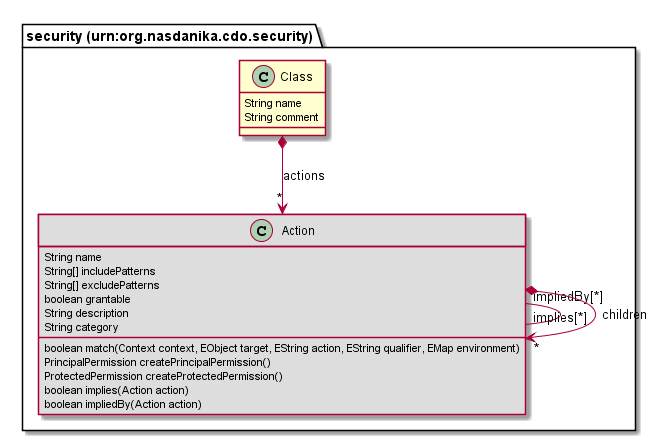
This is org.nasdanika.cdo.security/site/resources/modeldoc/75726e3a6f72672e6e617364616e696b612e63646f2e7365637572697479/Class.png from Nasdanika/server, a PlantUML export, as it was before one commit.
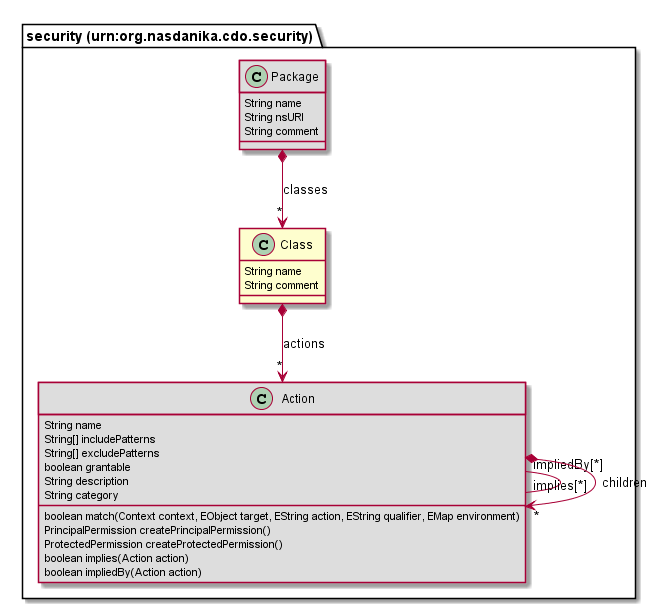
The same file after the commit.

What changed in the source:
```diff
@@ -1,6 +1,11 @@
 @startuml
 class "security (urn:org.nasdanika.cdo.security).Class" [[#router/doc-content/75726e3a6f72672e6e617364616e696b612e63646f2e7365637572697479/Class.html{Class corresponds to EClass and contains actions which can be performed on instances of the corresponding EClass..}]] {
 	String name
+	String comment
+}
+class "security (urn:org.nasdanika.cdo.security).Package" [[#router/doc-content/75726e3a6f72672e6e617364616e696b612e63646f2e7365637572697479/Package.html{Package corresponds to Ecore EPackage.}]] #DDDDDD {
+	String name
+	String nsURI
 	String comment
 }
 class "security (urn:org.nasdanika.cdo.security).Action" [[#router/doc-content/75726e3a6f72672e6e617364616e696b612e63646f2e7365637572697479/Action.html{Action defined for instances of given EClass}]] #DDDDDD {
@@ -16,7 +21,8 @@
 	boolean implies(Action action)
 	boolean impliedBy(Action action)
 }
-"security (urn:org.nasdanika.cdo.security).Class" *--> "*" "security (urn:org.nasdanika.cdo.security).Action" : actions
+"security (urn:org.nasdanika.cdo.security).Package" *--> "*" "security (urn:org.nasdanika.cdo.security).Class" : classes
 "security (urn:org.nasdanika.cdo.security).Action" "impliedBy[*]" -- "implies[*]" "security (urn:org.nasdanika.cdo.security).Action"
 "security (urn:org.nasdanika.cdo.security).Action" *--> "*" "security (urn:org.nasdanika.cdo.security).Action" : children
+"security (urn:org.nasdanika.cdo.security).Class" *--> "*" "security (urn:org.nasdanika.cdo.security).Action" : actions
 @enduml
```
